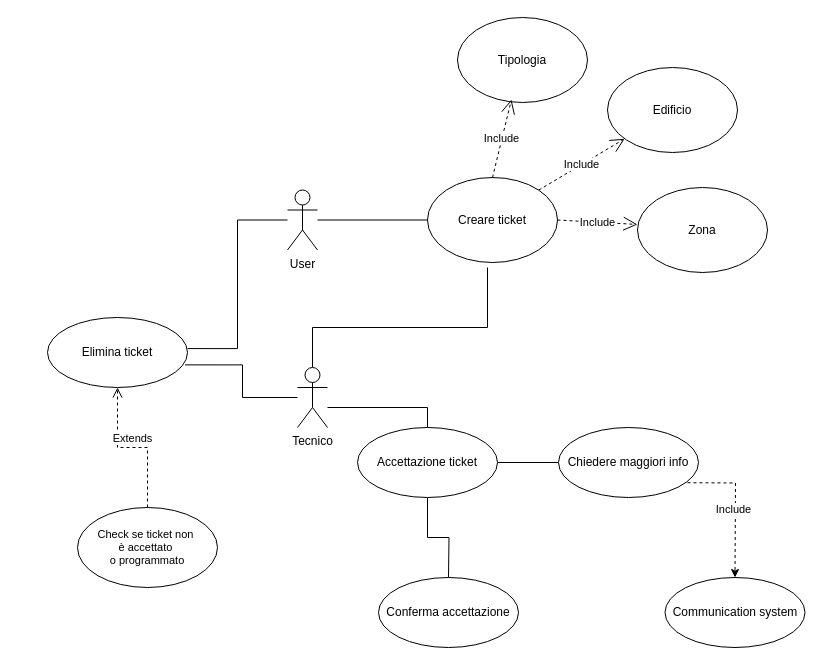
Before: Documentazione/ticket_creation.drawio in AleRoncato/Unitn-IS-TnFix, a draw.io diagram. Source tidied: cells renumbered, new cells numbered last; positions are measured from the earlier drawing's top-left corner, leaving out a move shared by most shapes. Both pictures are drawn from the tidied source at 100%, with x=0, y=0 at pixel (47, 17).
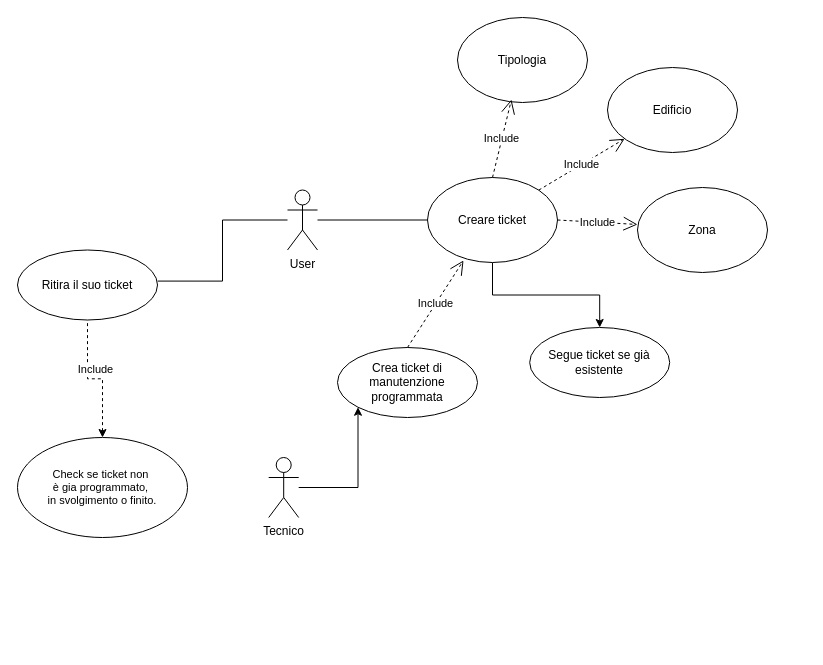
Above is the later version.

The change refers to these unchanged cells:
```xml
<mxCell id="4" value="Creare ticket" style="ellipse;whiteSpace=wrap;html=1;" parent="1" vertex="1">
  <mxGeometry x="380" y="160" width="130" height="85" as="geometry" />
</mxCell>
```

The edit, as a diff of the source:
```diff
@@
+    <mxCell id="27" style="edgeStyle=orthogonalEdgeStyle;rounded=0;jettySize=auto;html=1;" parent="1" edge="1" source="4" target="30">
+      <mxGeometry relative="1" as="geometry" />
+    </mxCell>
@@
-    <mxCell id="5" style="edgeStyle=orthogonalEdgeStyle;rounded=0;jettySize=auto;html=1;endArrow=none;endFill=0;" parent="1" edge="1" source="6">
-      <mxGeometry relative="1" as="geometry">
-        <mxPoint x="440" y="250" as="targetPoint" />
-        <Array as="points">
-          <mxPoint x="265" y="310" />
-          <mxPoint x="440" y="310" />
-        </Array>
-      </mxGeometry>
-    </mxCell>
+    <mxCell id="28" style="edgeStyle=orthogonalEdgeStyle;rounded=0;jettySize=auto;html=1;entryX=0;entryY=1;entryDx=0;entryDy=0;" parent="1" edge="1" source="6" target="29">
+      <mxGeometry relative="1" as="geometry" />
+    </mxCell>
     <mxCell id="6" value="Tecnico" style="shape=umlActor;verticalLabelPosition=bottom;verticalAlign=top;html=1;" parent="1" vertex="1">
-      <mxGeometry x="250" y="350" width="30" height="60" as="geometry" />
+      <mxGeometry x="221.2" y="440" width="30" height="60" as="geometry" />
     </mxCell>
-    <mxCell id="7" value="Elimina ticket" style="ellipse;whiteSpace=wrap;html=1;" parent="1" vertex="1">
-      <mxGeometry y="300" width="140" height="70" as="geometry" />
+    <mxCell id="7" value="Ritira il suo ticket" style="ellipse;whiteSpace=wrap;html=1;" parent="1" vertex="1">
+      <mxGeometry x="-30" y="232.5" width="140" height="70" as="geometry" />
     </mxCell>
-    <mxCell id="8" style="edgeStyle=orthogonalEdgeStyle;rounded=0;jettySize=auto;html=1;endArrow=none;endFill=0;" parent="1" edge="1" source="10">
-      <mxGeometry relative="1" as="geometry">
-        <mxPoint x="401" y="560" as="targetPoint" />
-      </mxGeometry>
-    </mxCell>
-    <mxCell id="9" style="edgeStyle=orthogonalEdgeStyle;rounded=0;jettySize=auto;html=1;entryX=0;entryY=0.5;entryDx=0;entryDy=0;endArrow=none;endFill=0;" parent="1" edge="1" source="10" target="20">
-      <mxGeometry relative="1" as="geometry" />
-    </mxCell>
-    <mxCell id="10" value="Accettazione ticket" style="ellipse;whiteSpace=wrap;html=1;" parent="1" vertex="1">
-      <mxGeometry x="310" y="410" width="140" height="70" as="geometry" />
-    </mxCell>
@@
-    <mxCell id="17" value="Conferma accettazione" style="ellipse;whiteSpace=wrap;html=1;" parent="1" vertex="1">
-      <mxGeometry x="331" y="560" width="140" height="70" as="geometry" />
-    </mxCell>
-    <mxCell id="18" style="edgeStyle=orthogonalEdgeStyle;rounded=0;orthogonalLoop=1;jettySize=auto;html=1;dashed=1;" parent="1" edge="1">
-      <mxGeometry relative="1" as="geometry">
-        <mxPoint x="610" y="465" as="sourcePoint" />
-        <mxPoint x="687.5" y="560" as="targetPoint" />
-      </mxGeometry>
-    </mxCell>
-    <mxCell id="19" value="Include" style="edgeLabel;html=1;align=center;verticalAlign=middle;" parent="18" vertex="1">
-      <mxGeometry x="0.21" y="-2" relative="1" as="geometry" />
-    </mxCell>
-    <mxCell id="20" value="Chiedere maggiori info" style="ellipse;whiteSpace=wrap;html=1;" parent="1" vertex="1">
-      <mxGeometry x="511" y="410" width="140" height="70" as="geometry" />
-    </mxCell>
-    <mxCell id="21" value="Communication system" style="ellipse;whiteSpace=wrap;html=1;" parent="1" vertex="1">
-      <mxGeometry x="617.5" y="560" width="140" height="70" as="geometry" />
-    </mxCell>
-    <mxCell id="22" style="edgeStyle=orthogonalEdgeStyle;shape=connector;rounded=0;jettySize=auto;html=1;entryX=0.5;entryY=0;entryDx=0;entryDy=0;strokeColor=default;align=center;verticalAlign=middle;fontFamily=Helvetica;fontSize=11;fontColor=default;labelBackgroundColor=default;endArrow=none;endFill=0;" parent="1" edge="1" source="6" target="10">
-      <mxGeometry relative="1" as="geometry">
-        <Array as="points">
-          <mxPoint x="380" y="390" />
-        </Array>
-      </mxGeometry>
-    </mxCell>
-    <mxCell id="23" value="Extends" style="html=1;verticalAlign=bottom;endArrow=open;dashed=1;endSize=8;curved=0;rounded=0;strokeColor=default;align=center;fontFamily=Helvetica;fontSize=11;fontColor=default;labelBackgroundColor=default;edgeStyle=orthogonalEdgeStyle;exitX=0.5;exitY=0;exitDx=0;exitDy=0;entryX=0.5;entryY=1;entryDx=0;entryDy=0;" parent="1" edge="1" source="24" target="7">
+    <mxCell id="23" value="Include" style="html=1;verticalAlign=bottom;endArrow=none;dashed=1;endSize=8;curved=0;rounded=0;strokeColor=default;align=center;fontFamily=Helvetica;fontSize=11;fontColor=default;labelBackgroundColor=default;edgeStyle=orthogonalEdgeStyle;exitX=0.5;exitY=0;exitDx=0;exitDy=0;entryX=0.5;entryY=1;entryDx=0;entryDy=0;startArrow=classic;startFill=1;endFill=0;" parent="1" edge="1" source="24" target="7">
       <mxGeometry relative="1" as="geometry" />
     </mxCell>
-    <mxCell id="24" value="Check se ticket non&amp;nbsp;&lt;div&gt;è accettato&amp;nbsp;&lt;/div&gt;&lt;div&gt;o programmato&lt;/div&gt;" style="ellipse;whiteSpace=wrap;html=1;fontFamily=Helvetica;fontSize=11;fontColor=default;labelBackgroundColor=default;" parent="1" vertex="1">
-      <mxGeometry x="30" y="490" width="140" height="80" as="geometry" />
+    <mxCell id="24" value="Check se ticket non&amp;nbsp;&lt;div&gt;è gia programmato,&amp;nbsp;&lt;/div&gt;&lt;div&gt;in svolgimento o finito.&lt;/div&gt;" style="ellipse;whiteSpace=wrap;html=1;fontFamily=Helvetica;fontSize=11;fontColor=default;labelBackgroundColor=default;" parent="1" vertex="1">
+      <mxGeometry x="-30" y="420" width="170" height="100" as="geometry" />
     </mxCell>
@@
-    <mxCell id="26" style="edgeStyle=orthogonalEdgeStyle;rounded=0;jettySize=auto;html=1;entryX=0.983;entryY=0.677;entryDx=0;entryDy=0;entryPerimeter=0;endArrow=none;endFill=0;" parent="1" edge="1" source="6" target="7">
-      <mxGeometry relative="1" as="geometry" />
-    </mxCell>
+    <mxCell id="29" value="Crea ticket di manutenzione programmata" style="ellipse;whiteSpace=wrap;html=1;" parent="1" vertex="1">
+      <mxGeometry x="290" y="330" width="140" height="70" as="geometry" />
+    </mxCell>
+    <mxCell id="19" value="Include" style="endArrow=open;endSize=12;dashed=1;html=1;rounded=0;exitX=0.5;exitY=0;exitDx=0;exitDy=0;entryX=0.277;entryY=0.976;entryDx=0;entryDy=0;entryPerimeter=0;" parent="1" edge="1" source="29" target="4">
+      <mxGeometry relative="1" as="geometry" />
+    </mxCell>
+    <mxCell id="30" value="Segue ticket se già esistente" style="ellipse;whiteSpace=wrap;html=1;" parent="1" vertex="1">
+      <mxGeometry x="482.2" y="310" width="140" height="70" as="geometry" />
+    </mxCell>
```
